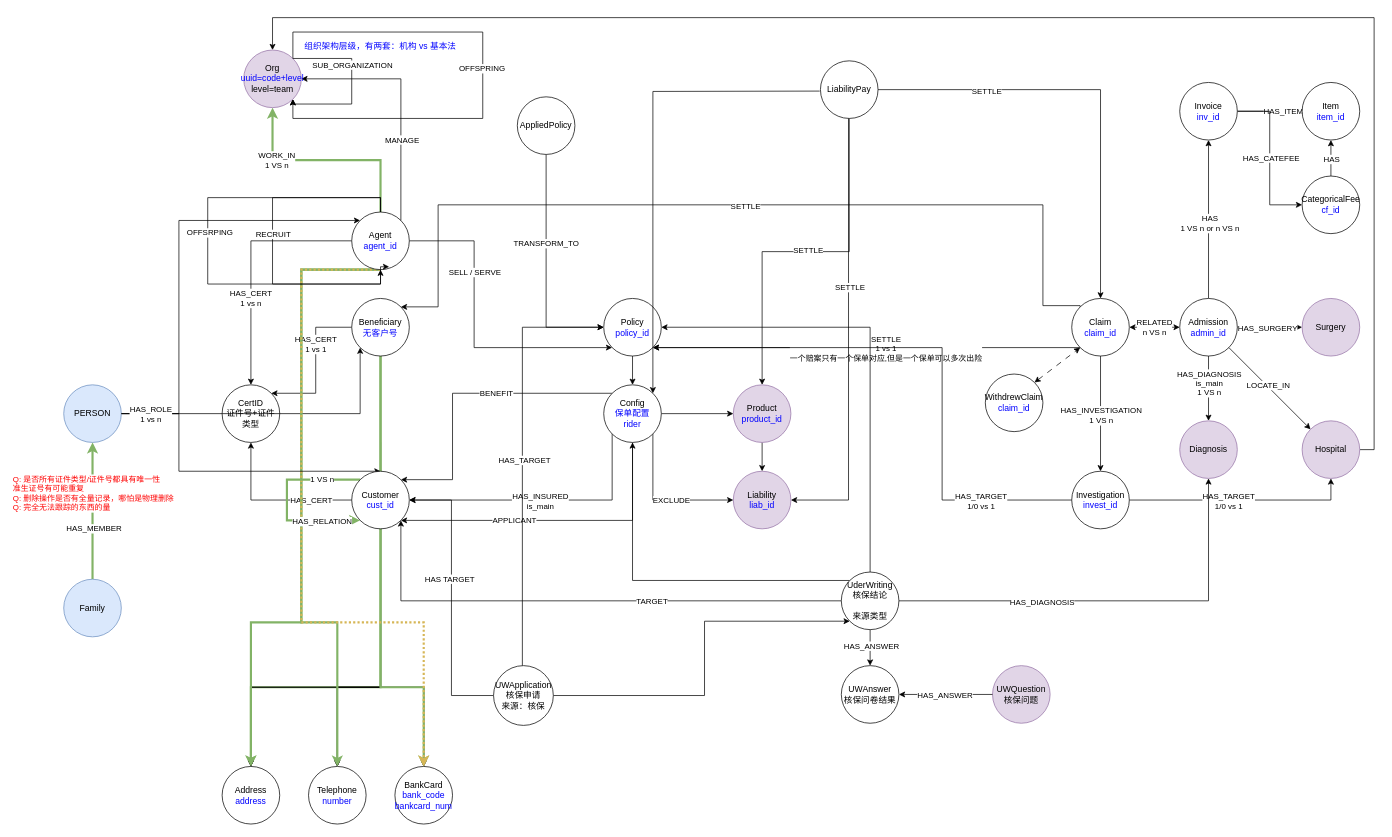
Earlier version of the draw.io diagram page "V1.2" (4 of 5) of 友邦/图拓扑设计.drawio (XiaoLiuAI/diagrams). Source tidied: cells renumbered, new cells numbered last; positions are measured from the earlier drawing's top-left corner, leaving out a move shared by most shapes. Both pictures are drawn from the tidied source at 72%, with x=0, y=0 at pixel (63, 17).
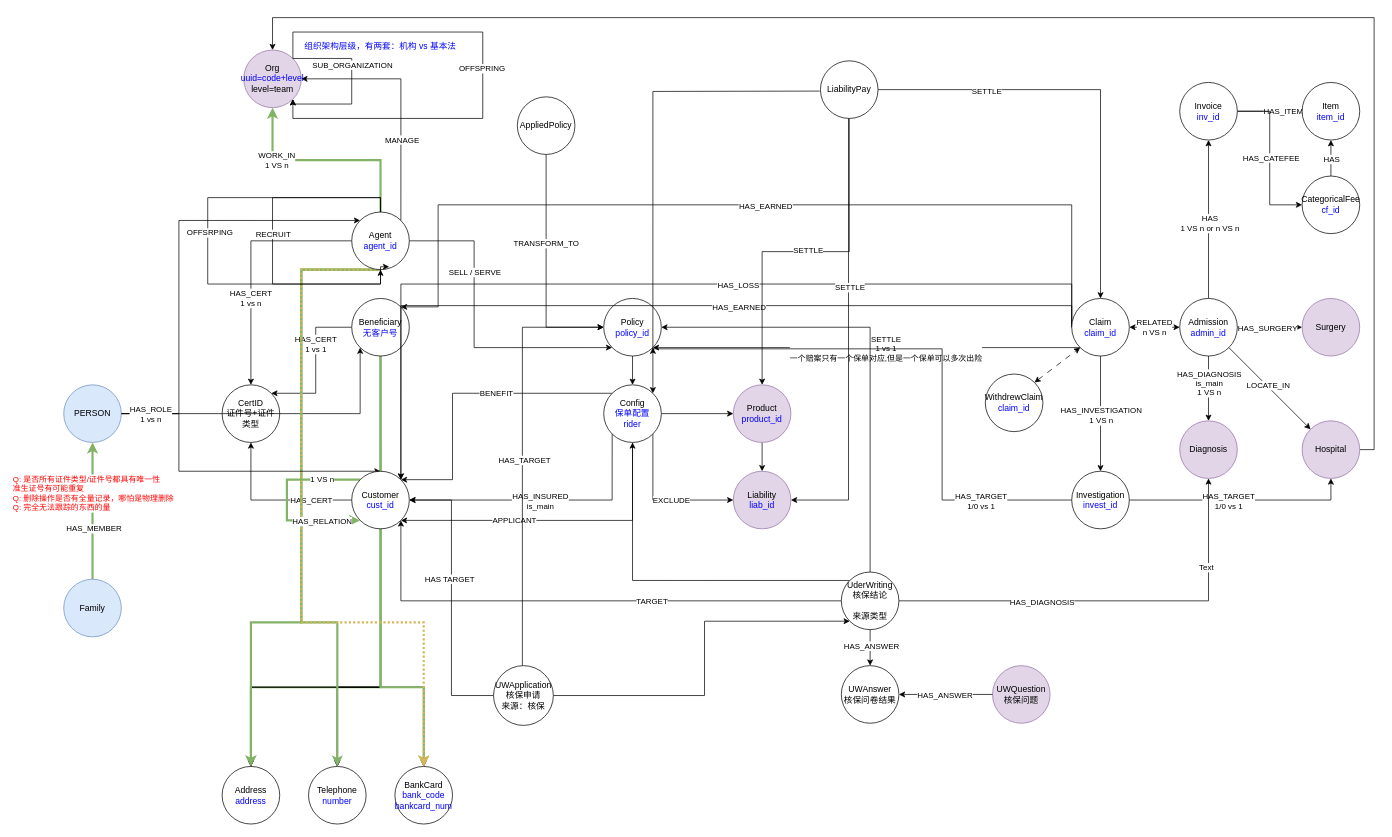
The same diagram, later.

Commit message:
Update 图拓扑设计.drawio

The change refers to these unchanged cells:
```xml
<mxCell id="23" value="Beneficiary&lt;br&gt;&lt;font color=&quot;#0000ff&quot;&gt;无客户号&lt;/font&gt;" style="ellipse;whiteSpace=wrap;html=1;" parent="1" vertex="1">
  <mxGeometry x="400" y="390" width="80" height="80" as="geometry" />
</mxCell>
<mxCell id="33" value="Policy&lt;br&gt;&lt;font color=&quot;#0000ff&quot;&gt;policy_id&lt;/font&gt;" style="ellipse;whiteSpace=wrap;html=1;" parent="1" vertex="1">
  <mxGeometry x="750" y="390" width="80" height="80" as="geometry" />
</mxCell>
<mxCell id="53" value="Claim&lt;br&gt;&lt;font color=&quot;#0000ff&quot;&gt;claim_id&lt;/font&gt;" style="ellipse;whiteSpace=wrap;html=1;" parent="1" vertex="1">
  <mxGeometry x="1400" y="390" width="80" height="80" as="geometry" />
</mxCell>
<mxCell id="90" value="Investigation&lt;br&gt;&lt;font color=&quot;#0000ff&quot;&gt;invest_id&lt;/font&gt;" style="ellipse;whiteSpace=wrap;html=1;" parent="1" vertex="1">
  <mxGeometry x="1400" y="630" width="80" height="80" as="geometry" />
</mxCell>
<mxCell id="111" value="Customer&lt;br&gt;&lt;font color=&quot;#0000ff&quot;&gt;cust_id&lt;/font&gt;" style="ellipse;whiteSpace=wrap;html=1;" parent="1" vertex="1">
  <mxGeometry x="400" y="630" width="80" height="80" as="geometry" />
</mxCell>
<mxCell id="116" style="edgeStyle=orthogonalEdgeStyle;rounded=0;jettySize=auto;html=1;exitX=1;exitY=0.5;exitDx=0;exitDy=0;" parent="1" edge="1" source="120" target="68">
  <mxGeometry relative="1" as="geometry" />
</mxCell>
```

The edit, as a diff of the source:
```diff
@@
     <mxCell id="49" style="edgeStyle=orthogonalEdgeStyle;rounded=0;jettySize=auto;html=1;exitX=0;exitY=0;exitDx=0;exitDy=0;entryX=1;entryY=0;entryDx=0;entryDy=0;" parent="1" edge="1" source="53" target="23">
       <mxGeometry relative="1" as="geometry">
         <Array as="points">
-          <mxPoint x="1412" y="400" />
-          <mxPoint x="1360" y="400" />
-          <mxPoint x="1360" y="260" />
+          <mxPoint x="1412" y="430" />
+          <mxPoint x="1400" y="430" />
+          <mxPoint x="1400" y="260" />
           <mxPoint x="520" y="260" />
           <mxPoint x="520" y="402" />
         </Array>
       </mxGeometry>
     </mxCell>
-    <mxCell id="50" value="SETTLE" style="edgeLabel;html=1;align=center;verticalAlign=middle;" parent="49" vertex="1">
+    <mxCell id="50" value="HAS_EARNED" style="edgeLabel;html=1;align=center;verticalAlign=middle;" parent="49" vertex="1">
       <mxGeometry x="-0.01" y="1" relative="1" as="geometry" />
     </mxCell>
@@
+    <mxCell id="138" style="edgeStyle=orthogonalEdgeStyle;rounded=0;jettySize=auto;html=1;exitX=0;exitY=0.5;exitDx=0;exitDy=0;entryX=1;entryY=0;entryDx=0;entryDy=0;" parent="1" edge="1" source="53" target="111">
+      <mxGeometry relative="1" as="geometry">
+        <Array as="points">
+          <mxPoint x="1400" y="370" />
+          <mxPoint x="468" y="370" />
+        </Array>
+      </mxGeometry>
+    </mxCell>
+    <mxCell id="139" value="HAS_LOSS" style="edgeLabel;html=1;align=center;verticalAlign=middle;" parent="138" vertex="1">
+      <mxGeometry x="-0.17" y="1" relative="1" as="geometry" />
+    </mxCell>
+    <mxCell id="140" style="edgeStyle=orthogonalEdgeStyle;rounded=0;jettySize=auto;html=1;exitX=0;exitY=0.5;exitDx=0;exitDy=0;entryX=1;entryY=0;entryDx=0;entryDy=0;" parent="1" edge="1" source="53" target="111">
+      <mxGeometry relative="1" as="geometry">
+        <Array as="points">
+          <mxPoint x="1400" y="400" />
+          <mxPoint x="468" y="400" />
+        </Array>
+      </mxGeometry>
+    </mxCell>
+    <mxCell id="141" value="HAS_EARNED" style="edgeLabel;html=1;align=center;verticalAlign=middle;" parent="140" vertex="1">
+      <mxGeometry x="-0.18" y="1" relative="1" as="geometry" />
+    </mxCell>
@@
     <mxCell id="86" style="edgeStyle=orthogonalEdgeStyle;rounded=0;jettySize=auto;html=1;exitX=0;exitY=0.5;exitDx=0;exitDy=0;entryX=1;entryY=1;entryDx=0;entryDy=0;" parent="1" edge="1" source="90" target="33">
       <mxGeometry relative="1" as="geometry">
         <Array as="points">
           <mxPoint x="1220" y="670" />
-          <mxPoint x="1220" y="458" />
+          <mxPoint x="1220" y="460" />
+          <mxPoint x="818" y="460" />
         </Array>
       </mxGeometry>
     </mxCell>
@@
+    <mxCell id="142" value="Text" style="edgeLabel;html=1;align=center;verticalAlign=middle;" parent="116" vertex="1">
+      <mxGeometry x="0.59" y="4" relative="1" as="geometry" />
+    </mxCell>
```
